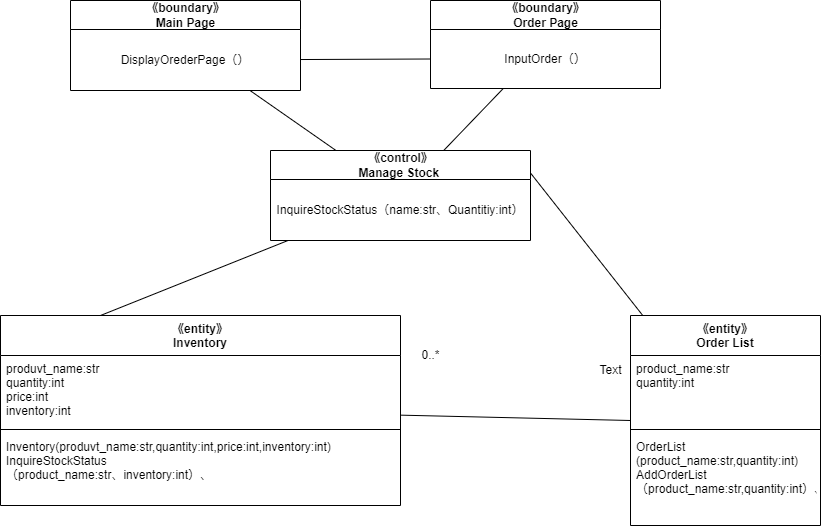
Earlier version of the draw.io export psp4/設計モデルのクラス/設計モデルクラス図_オーダー.drawio.png (MasakiHiguchi/---). Source tidied: cells renumbered, new cells last; positions are measured from the earlier drawing's top-left corner, leaving out a move shared by most shapes. Source of this version:
```xml
<mxGraphModel>
  <root>
    <mxCell id="0" />
    <mxCell id="1" parent="0" />
    <mxCell id="2" style="edgeStyle=none;html=1;entryX=0;entryY=0.5;entryDx=0;entryDy=0;endArrow=none;endFill=0;" parent="1" edge="1" source="3" target="19">
      <mxGeometry relative="1" as="geometry" />
    </mxCell>
    <mxCell id="3" value="《entity》&#10;Inventory" style="swimlane;fontStyle=1;align=center;verticalAlign=top;horizontal=1;startSize=40;" parent="1" vertex="1">
      <mxGeometry y="315" width="400" height="190" as="geometry" />
    </mxCell>
    <mxCell id="4" value="produvt_name:str&#10;quantity:int&#10;price:int&#10;inventory:int" style="text;strokeColor=none;fillColor=none;align=left;verticalAlign=top;spacingLeft=4;spacingRight=4;overflow=hidden;" parent="3" vertex="1">
      <mxGeometry y="40" width="400" height="70" as="geometry" />
    </mxCell>
    <mxCell id="5" style="line;strokeWidth=1;fillColor=none;align=left;verticalAlign=middle;spacingTop=-1;spacingLeft=3;spacingRight=3;labelPosition=right;strokeColor=inherit;" parent="3" vertex="1">
      <mxGeometry y="110" width="400" height="8" as="geometry" />
    </mxCell>
    <mxCell id="6" value="Inventory(produvt_name:str,quantity:int,price:int,inventory:int)&#10;InquireStockStatus&#10;（product_name:str、inventory:int）、" style="text;strokeColor=none;fillColor=none;align=left;verticalAlign=top;spacingLeft=4;spacingRight=4;overflow=hidden;" parent="3" vertex="1">
      <mxGeometry y="118" width="400" height="72" as="geometry" />
    </mxCell>
    <mxCell id="7" value="0..*" style="text;html=1;align=center;verticalAlign=middle;strokeColor=none;fillColor=none;" parent="1" vertex="1">
      <mxGeometry x="410" y="340" width="40" height="30" as="geometry" />
    </mxCell>
    <mxCell id="8" style="edgeStyle=none;html=1;entryX=0.25;entryY=0;entryDx=0;entryDy=0;endArrow=none;endFill=0;" parent="1" edge="1" source="9" target="3">
      <mxGeometry relative="1" as="geometry" />
    </mxCell>
    <mxCell id="9" value="《control》&lt;br&gt;Manage Stock&amp;nbsp;" style="swimlane;fontStyle=1;align=center;verticalAlign=middle;horizontal=1;startSize=29;html=1;" parent="1" vertex="1">
      <mxGeometry x="270" y="150" width="260" height="90" as="geometry" />
    </mxCell>
    <mxCell id="10" value="InquireStockStatus（name:str、Quantitiy:int）" style="text;html=1;strokeColor=none;fillColor=none;align=center;verticalAlign=middle;spacingLeft=4;spacingRight=4;overflow=hidden;" parent="9" vertex="1">
      <mxGeometry y="29" width="260" height="61" as="geometry" />
    </mxCell>
    <mxCell id="11" style="edgeStyle=none;html=1;endArrow=none;endFill=0;" parent="1" edge="1" source="12" target="9">
      <mxGeometry relative="1" as="geometry" />
    </mxCell>
    <mxCell id="12" value="《boundary》&lt;br&gt;Main Page" style="swimlane;fontStyle=1;align=center;verticalAlign=middle;horizontal=1;startSize=29;html=1;" parent="1" vertex="1">
      <mxGeometry x="70" width="230" height="90" as="geometry" />
    </mxCell>
    <mxCell id="13" value="DisplayOrederPage（）" style="text;html=1;strokeColor=none;fillColor=none;align=center;verticalAlign=middle;spacingLeft=4;spacingRight=4;overflow=hidden;points=[[0,0.5],[1,0.5]];portConstraint=eastwest;" parent="12" vertex="1">
      <mxGeometry y="29" width="230" height="61" as="geometry" />
    </mxCell>
    <mxCell id="14" style="edgeStyle=none;html=1;endArrow=none;endFill=0;" parent="1" edge="1" source="15" target="9">
      <mxGeometry relative="1" as="geometry" />
    </mxCell>
    <mxCell id="15" value="《boundary》&lt;br&gt;Order Page" style="swimlane;fontStyle=1;align=center;verticalAlign=middle;horizontal=1;startSize=29;html=1;" parent="1" vertex="1">
      <mxGeometry x="430" width="230" height="88" as="geometry" />
    </mxCell>
    <mxCell id="16" value="InputOrder（）" style="text;html=1;strokeColor=none;fillColor=none;align=center;verticalAlign=middle;spacingLeft=4;spacingRight=4;overflow=hidden;points=[[0,0.5],[1,0.5]];portConstraint=eastwest;" parent="15" vertex="1">
      <mxGeometry y="29" width="230" height="59" as="geometry" />
    </mxCell>
    <mxCell id="17" style="edgeStyle=none;html=1;entryX=0;entryY=0.5;entryDx=0;entryDy=0;endArrow=none;endFill=0;" parent="1" edge="1" source="13" target="16">
      <mxGeometry relative="1" as="geometry" />
    </mxCell>
    <mxCell id="18" style="edgeStyle=none;html=1;entryX=1;entryY=0.25;entryDx=0;entryDy=0;endArrow=none;endFill=0;" parent="1" edge="1" source="19" target="9">
      <mxGeometry relative="1" as="geometry" />
    </mxCell>
    <mxCell id="19" value="《entity》&#10;Order List" style="swimlane;fontStyle=1;align=center;verticalAlign=top;horizontal=1;startSize=40;" parent="1" vertex="1">
      <mxGeometry x="630" y="315" width="190" height="210" as="geometry" />
    </mxCell>
    <mxCell id="20" value="product_name:str&#10;quantity:int" style="text;strokeColor=none;fillColor=none;align=left;verticalAlign=top;spacingLeft=4;spacingRight=4;overflow=hidden;" parent="19" vertex="1">
      <mxGeometry y="40" width="190" height="70" as="geometry" />
    </mxCell>
    <mxCell id="21" style="line;strokeWidth=1;fillColor=none;align=left;verticalAlign=middle;spacingTop=-1;spacingLeft=3;spacingRight=3;labelPosition=right;strokeColor=inherit;" parent="19" vertex="1">
      <mxGeometry y="110" width="190" height="8" as="geometry" />
    </mxCell>
    <mxCell id="22" value="OrderList&#10;(product_name:str,quantity:int)&#10;AddOrderList&#10;（product_name:str,quantity:int）、" style="text;strokeColor=none;fillColor=none;align=left;verticalAlign=top;spacingLeft=4;spacingRight=4;overflow=hidden;" parent="19" vertex="1">
      <mxGeometry y="118" width="190" height="92" as="geometry" />
    </mxCell>
    <mxCell id="23" value="Text" style="text;html=1;align=center;verticalAlign=middle;strokeColor=none;fillColor=none;" parent="1" vertex="1">
      <mxGeometry x="585" y="355" width="50" height="30" as="geometry" />
    </mxCell>
  </root>
</mxGraphModel>
```
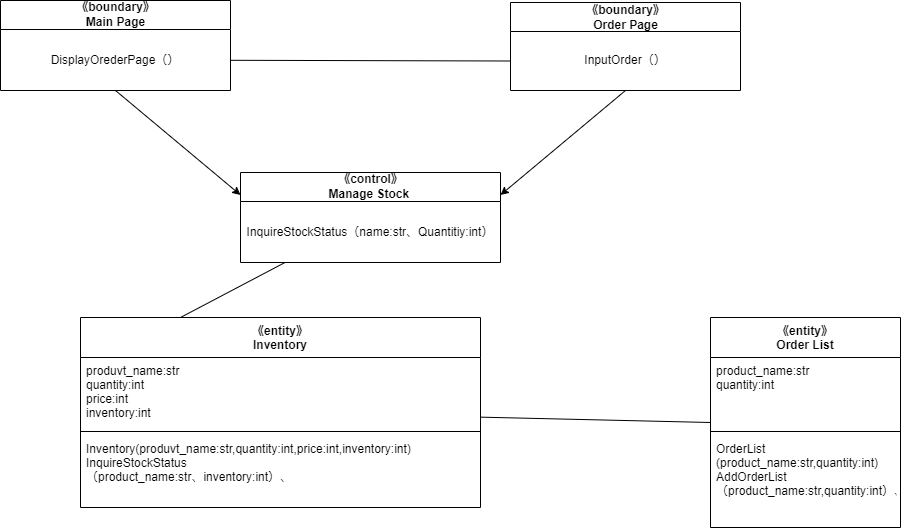
After the change.

Change to the diagram source:
```diff
@@ -17,28 +17,25 @@
     <mxCell id="6" value="Inventory(produvt_name:str,quantity:int,price:int,inventory:int)&#10;InquireStockStatus&#10;（product_name:str、inventory:int）、" style="text;strokeColor=none;fillColor=none;align=left;verticalAlign=top;spacingLeft=4;spacingRight=4;overflow=hidden;" parent="3" vertex="1">
       <mxGeometry y="118" width="400" height="72" as="geometry" />
     </mxCell>
-    <mxCell id="7" value="0..*" style="text;html=1;align=center;verticalAlign=middle;strokeColor=none;fillColor=none;" parent="1" vertex="1">
-      <mxGeometry x="410" y="340" width="40" height="30" as="geometry" />
-    </mxCell>
     <mxCell id="8" style="edgeStyle=none;html=1;entryX=0.25;entryY=0;entryDx=0;entryDy=0;endArrow=none;endFill=0;" parent="1" edge="1" source="9" target="3">
       <mxGeometry relative="1" as="geometry" />
     </mxCell>
     <mxCell id="9" value="《control》&lt;br&gt;Manage Stock&amp;nbsp;" style="swimlane;fontStyle=1;align=center;verticalAlign=middle;horizontal=1;startSize=29;html=1;" parent="1" vertex="1">
-      <mxGeometry x="270" y="150" width="260" height="90" as="geometry" />
+      <mxGeometry x="160" y="170" width="260" height="90" as="geometry" />
     </mxCell>
     <mxCell id="10" value="InquireStockStatus（name:str、Quantitiy:int）" style="text;html=1;strokeColor=none;fillColor=none;align=center;verticalAlign=middle;spacingLeft=4;spacingRight=4;overflow=hidden;" parent="9" vertex="1">
       <mxGeometry y="29" width="260" height="61" as="geometry" />
     </mxCell>
-    <mxCell id="11" style="edgeStyle=none;html=1;endArrow=none;endFill=0;" parent="1" edge="1" source="12" target="9">
+    <mxCell id="11" style="edgeStyle=none;html=1;exitX=0.5;exitY=1;exitDx=0;exitDy=0;entryX=0;entryY=0.25;entryDx=0;entryDy=0;" parent="1" edge="1" source="12" target="9">
       <mxGeometry relative="1" as="geometry" />
     </mxCell>
     <mxCell id="12" value="《boundary》&lt;br&gt;Main Page" style="swimlane;fontStyle=1;align=center;verticalAlign=middle;horizontal=1;startSize=29;html=1;" parent="1" vertex="1">
-      <mxGeometry x="70" width="230" height="90" as="geometry" />
+      <mxGeometry x="-80" y="-2" width="230" height="90" as="geometry" />
     </mxCell>
     <mxCell id="13" value="DisplayOrederPage（）" style="text;html=1;strokeColor=none;fillColor=none;align=center;verticalAlign=middle;spacingLeft=4;spacingRight=4;overflow=hidden;points=[[0,0.5],[1,0.5]];portConstraint=eastwest;" parent="12" vertex="1">
       <mxGeometry y="29" width="230" height="61" as="geometry" />
     </mxCell>
-    <mxCell id="14" style="edgeStyle=none;html=1;endArrow=none;endFill=0;" parent="1" edge="1" source="15" target="9">
+    <mxCell id="14" style="edgeStyle=none;html=1;exitX=0.5;exitY=1;exitDx=0;exitDy=0;entryX=1;entryY=0.25;entryDx=0;entryDy=0;" parent="1" edge="1" source="15" target="9">
       <mxGeometry relative="1" as="geometry" />
     </mxCell>
     <mxCell id="15" value="《boundary》&lt;br&gt;Order Page" style="swimlane;fontStyle=1;align=center;verticalAlign=middle;horizontal=1;startSize=29;html=1;" parent="1" vertex="1">
@@ -50,9 +47,6 @@
     <mxCell id="17" style="edgeStyle=none;html=1;entryX=0;entryY=0.5;entryDx=0;entryDy=0;endArrow=none;endFill=0;" parent="1" edge="1" source="13" target="16">
       <mxGeometry relative="1" as="geometry" />
     </mxCell>
-    <mxCell id="18" style="edgeStyle=none;html=1;entryX=1;entryY=0.25;entryDx=0;entryDy=0;endArrow=none;endFill=0;" parent="1" edge="1" source="19" target="9">
-      <mxGeometry relative="1" as="geometry" />
-    </mxCell>
     <mxCell id="19" value="《entity》&#10;Order List" style="swimlane;fontStyle=1;align=center;verticalAlign=top;horizontal=1;startSize=40;" parent="1" vertex="1">
       <mxGeometry x="630" y="315" width="190" height="210" as="geometry" />
     </mxCell>
@@ -65,8 +59,5 @@
     <mxCell id="22" value="OrderList&#10;(product_name:str,quantity:int)&#10;AddOrderList&#10;（product_name:str,quantity:int）、" style="text;strokeColor=none;fillColor=none;align=left;verticalAlign=top;spacingLeft=4;spacingRight=4;overflow=hidden;" parent="19" vertex="1">
       <mxGeometry y="118" width="190" height="92" as="geometry" />
     </mxCell>
-    <mxCell id="23" value="Text" style="text;html=1;align=center;verticalAlign=middle;strokeColor=none;fillColor=none;" parent="1" vertex="1">
-      <mxGeometry x="585" y="355" width="50" height="30" as="geometry" />
-    </mxCell>
   </root>
 </mxGraphModel>
```
